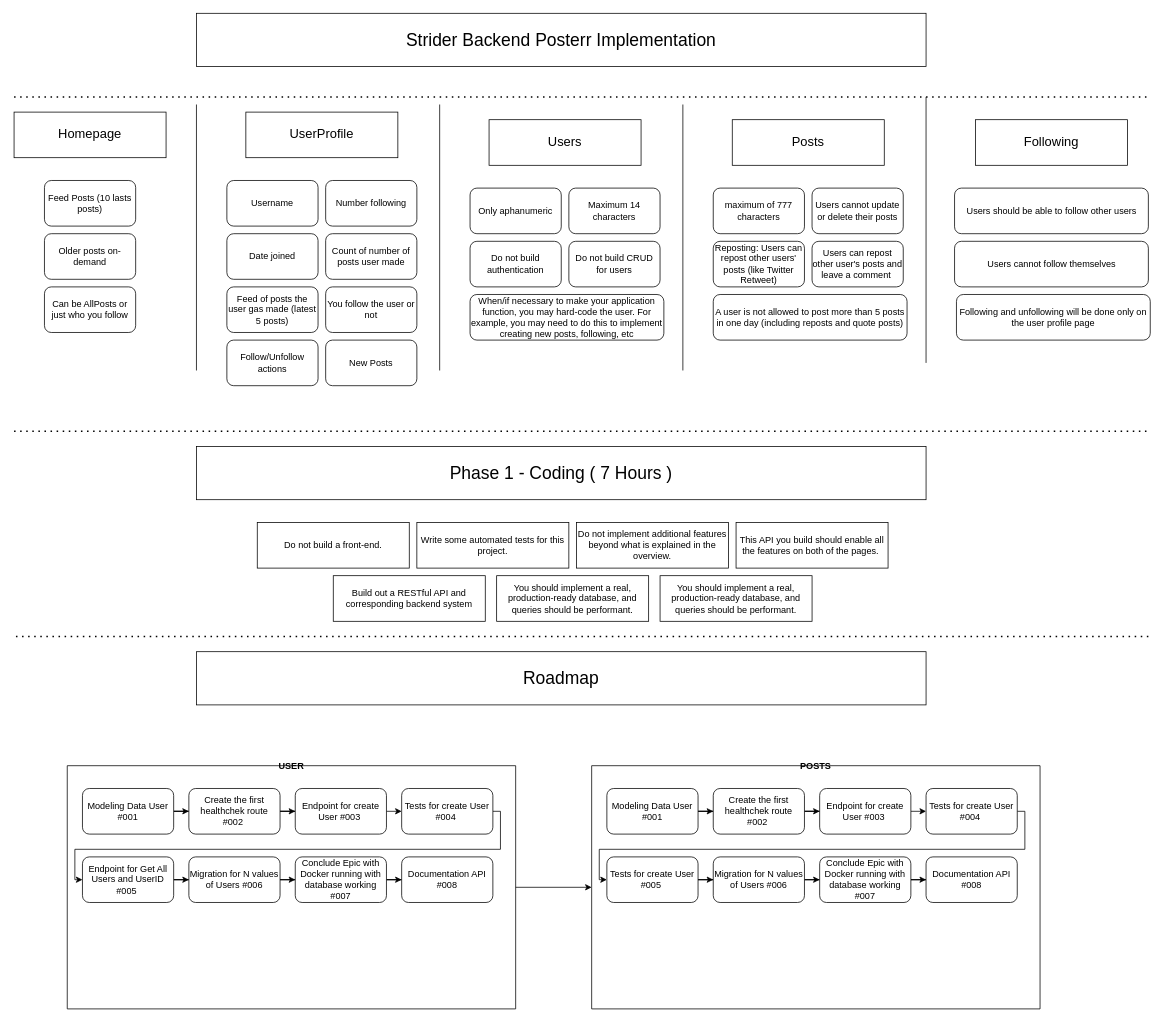
This is docs/modelling/StriderBackendProjectRoadmap.drawio from LulianoM/TwitterApiModeling, a draw.io file, before an edit. Source tidied: cells renumbered, new cells numbered last; positions are measured from the earlier drawing's top-left corner, leaving out a move shared by most shapes. Both pictures are drawn from the tidied source at 76%, with x=0, y=0 at pixel (14, 13).
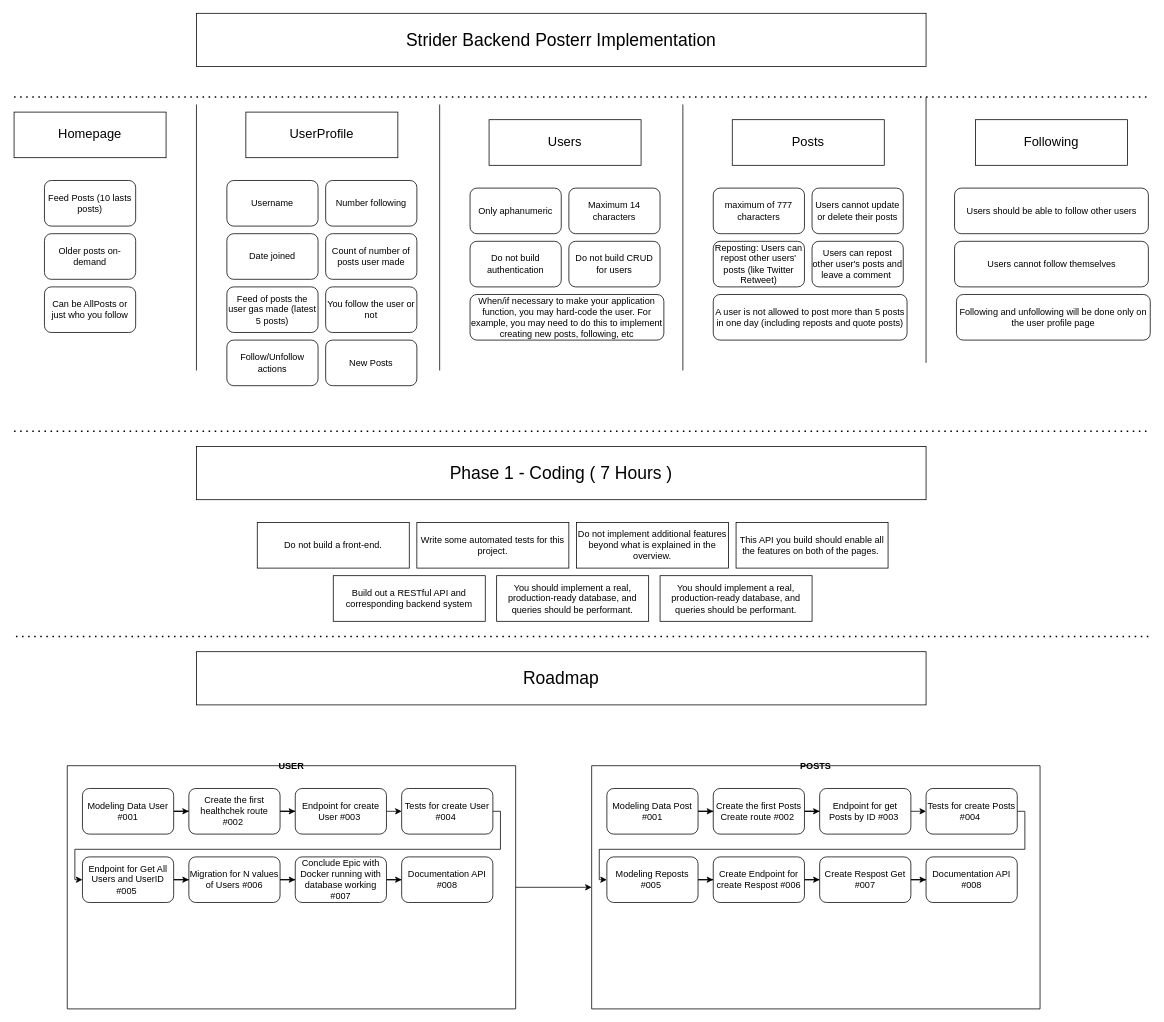
The same page after the edit.

Commit message (it also covers changes not shown here):
POST-001-Struct-Post

The change refers to these unchanged cells:
```xml
<mxCell id="65" value="POSTS" style="swimlane;startSize=0;" parent="1" vertex="1">
  <mxGeometry x="760" y="990" width="590" height="320" as="geometry" />
</mxCell>
```

What changed in the source:
```diff
@@
-    <mxCell id="67" value="&lt;span&gt;Modeling Data User #001&lt;/span&gt;" style="rounded=1;whiteSpace=wrap;html=1;" parent="65" vertex="1">
+    <mxCell id="67" value="&lt;span&gt;Modeling Data Post #001&lt;/span&gt;" style="rounded=1;whiteSpace=wrap;html=1;" parent="65" vertex="1">
       <mxGeometry x="20" y="30" width="120" height="60" as="geometry" />
     </mxCell>
@@
-    <mxCell id="69" value="Create the first healthchek route #002&amp;nbsp;" style="rounded=1;whiteSpace=wrap;html=1;" parent="65" vertex="1">
+    <mxCell id="69" value="Create the first Posts Create route #002&amp;nbsp;" style="rounded=1;whiteSpace=wrap;html=1;" parent="65" vertex="1">
       <mxGeometry x="160" y="30" width="120" height="60" as="geometry" />
     </mxCell>
@@
-    <mxCell id="71" value="Endpoint for create User #003&amp;nbsp;" style="rounded=1;whiteSpace=wrap;html=1;" parent="65" vertex="1">
+    <mxCell id="71" value="Endpoint for get Posts by ID #003&amp;nbsp;" style="rounded=1;whiteSpace=wrap;html=1;" parent="65" vertex="1">
       <mxGeometry x="300" y="30" width="120" height="60" as="geometry" />
     </mxCell>
@@
-    <mxCell id="73" value="Tests for create User #004&amp;nbsp;" style="rounded=1;whiteSpace=wrap;html=1;" parent="65" vertex="1">
+    <mxCell id="73" value="Tests for create Posts #004&amp;nbsp;" style="rounded=1;whiteSpace=wrap;html=1;" parent="65" vertex="1">
       <mxGeometry x="440" y="30" width="120" height="60" as="geometry" />
     </mxCell>
@@
-    <mxCell id="75" value="Tests for create User #005&amp;nbsp;" style="rounded=1;whiteSpace=wrap;html=1;" parent="65" vertex="1">
+    <mxCell id="75" value="Modeling Reposts #005&amp;nbsp;" style="rounded=1;whiteSpace=wrap;html=1;" parent="65" vertex="1">
       <mxGeometry x="20" y="120" width="120" height="60" as="geometry" />
     </mxCell>
@@
-    <mxCell id="77" value="Migration for N values of Users #006" style="rounded=1;whiteSpace=wrap;html=1;" parent="65" vertex="1">
+    <mxCell id="77" value="Create Endpoint for create Respost #006" style="rounded=1;whiteSpace=wrap;html=1;" parent="65" vertex="1">
       <mxGeometry x="160" y="120" width="120" height="60" as="geometry" />
     </mxCell>
@@
-    <mxCell id="79" value="Conclude Epic with Docker running with database working #007" style="rounded=1;whiteSpace=wrap;html=1;" parent="65" vertex="1">
+    <mxCell id="79" value="Create Respost Get #007" style="rounded=1;whiteSpace=wrap;html=1;" parent="65" vertex="1">
       <mxGeometry x="300" y="120" width="120" height="60" as="geometry" />
     </mxCell>
```
